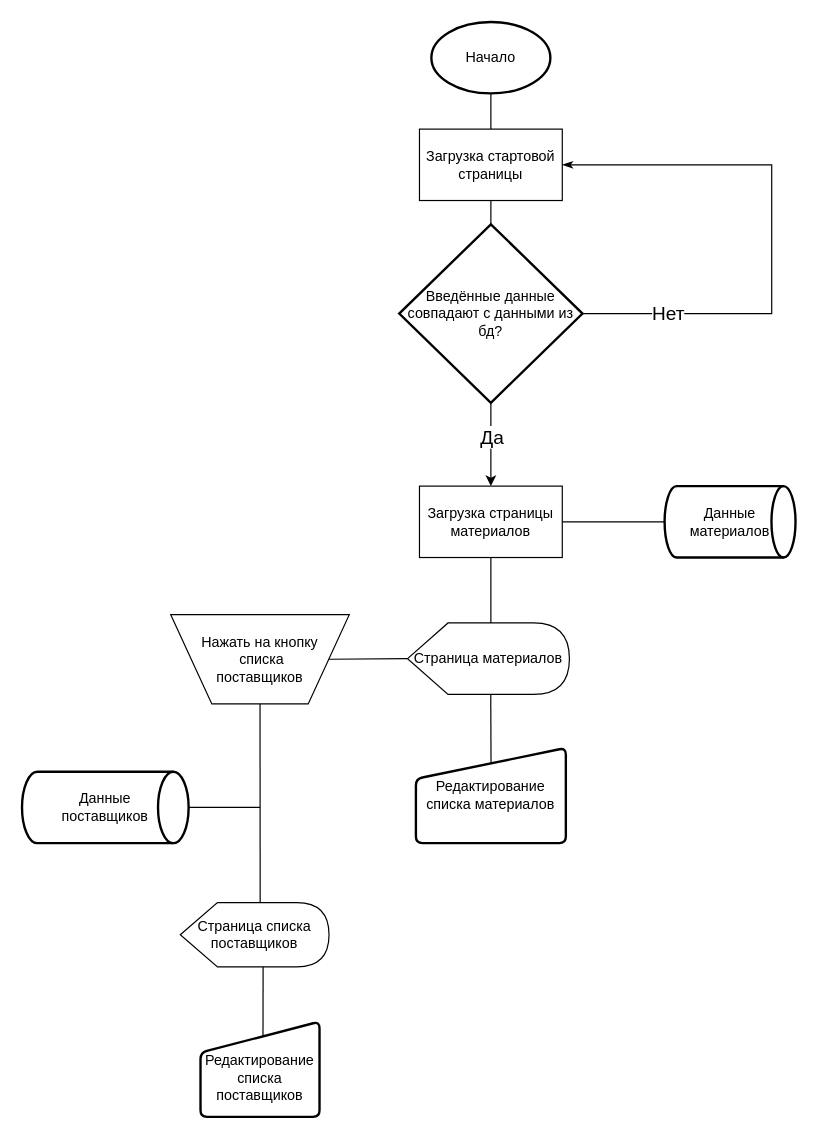
Earlier version of the draw.io diagram 2021glo1.drawio (FortunaMAKSIM/glo). Source tidied: cells renumbered, new cells numbered last; positions are measured from the earlier drawing's top-left corner, leaving out a move shared by most shapes. Both pictures are drawn from the tidied source at 119%, with x=0, y=0 at pixel (21, 21).
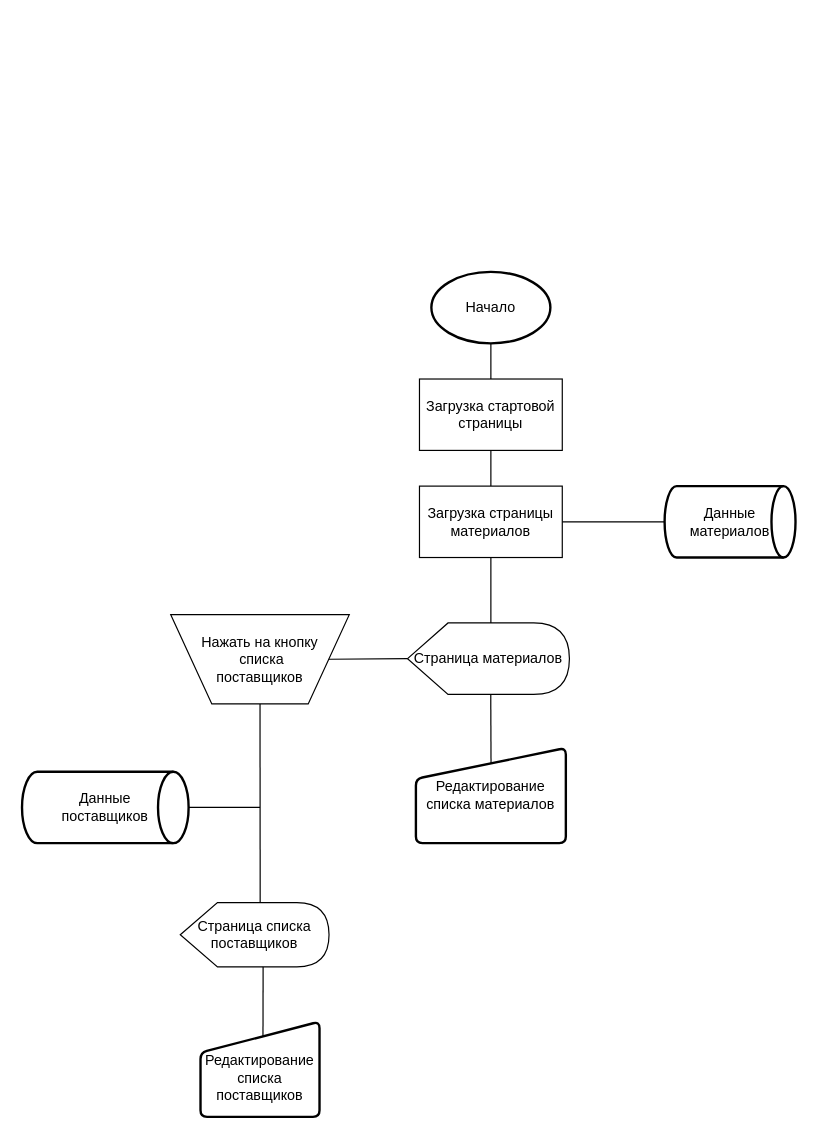
The same page after the edit.

The change refers to these unchanged cells:
```xml
<mxCell id="9" value="Загрузка страницы материалов" style="rounded=0;whiteSpace=wrap;html=1;" parent="1" vertex="1">
  <mxGeometry x="334" y="390" width="120" height="60" as="geometry" />
</mxCell>
```

Change to the diagram source:
```diff
@@
     <mxCell id="2" value="Начало" style="strokeWidth=2;html=1;shape=mxgraph.flowchart.start_1;whiteSpace=wrap;" parent="1" vertex="1">
-      <mxGeometry x="344" width="100" height="60" as="geometry" />
+      <mxGeometry x="344" y="210" width="100" height="60" as="geometry" />
     </mxCell>
     <mxCell id="3" value="Загрузка стартовой&lt;br&gt;страницы" style="rounded=0;whiteSpace=wrap;html=1;" parent="1" vertex="1">
-      <mxGeometry x="334" y="90" width="120" height="60" as="geometry" />
+      <mxGeometry x="334" y="300" width="120" height="60" as="geometry" />
     </mxCell>
@@
-    <mxCell id="5" value="Введённые данные совпадают с данными из бд?" style="strokeWidth=2;html=1;shape=mxgraph.flowchart.decision;whiteSpace=wrap;" parent="1" vertex="1">
-      <mxGeometry x="317" y="170" width="154" height="150" as="geometry" />
-    </mxCell>
-    <mxCell id="6" style="endArrow=none;html=1;rounded=0;entryX=0.5;entryY=1;entryDx=0;entryDy=0;exitX=0.5;exitY=0;exitDx=0;exitDy=0;exitPerimeter=0;" parent="1" edge="1" source="5" target="3">
+    <mxCell id="6" style="endArrow=none;html=1;rounded=0;entryX=0.5;entryY=1;entryDx=0;entryDy=0;exitX=0.5;exitY=0;exitDx=0;exitDy=0;" parent="1" edge="1" source="9" target="3">
       <mxGeometry relative="1" as="geometry" />
     </mxCell>
-    <mxCell id="7" style="endArrow=classicThin;html=1;rounded=0;exitX=1;exitY=0.5;exitDx=0;exitDy=0;exitPerimeter=0;strokeWidth=1;edgeStyle=orthogonalEdgeStyle;entryX=1;entryY=0.5;entryDx=0;entryDy=0;fontSize=16;startArrow=none;startFill=0;endFill=1;" parent="1" edge="1" source="5" target="3">
-      <mxGeometry relative="1" as="geometry">
-        <Array as="points">
-          <mxPoint x="630" y="245" />
-          <mxPoint x="630" y="120" />
-        </Array>
-      </mxGeometry>
-    </mxCell>
-    <mxCell id="8" value="Нет" style="edgeLabel;html=1;align=center;verticalAlign=middle;fontSize=16;" parent="7" vertex="1">
-      <mxGeometry x="-0.69" y="1" relative="1" as="geometry" />
-    </mxCell>
@@
-    <mxCell id="10" style="endArrow=classic;html=1;rounded=0;exitX=0.5;exitY=1;exitDx=0;exitDy=0;exitPerimeter=0;entryX=0.5;entryY=0;entryDx=0;entryDy=0;endFill=1;" parent="1" edge="1" source="5" target="9">
-      <mxGeometry relative="1" as="geometry" />
-    </mxCell>
-    <mxCell id="11" value="Да" style="edgeLabel;html=1;align=center;verticalAlign=middle;fontSize=16;" parent="10" vertex="1">
-      <mxGeometry x="-0.2" relative="1" as="geometry" />
-    </mxCell>
```
